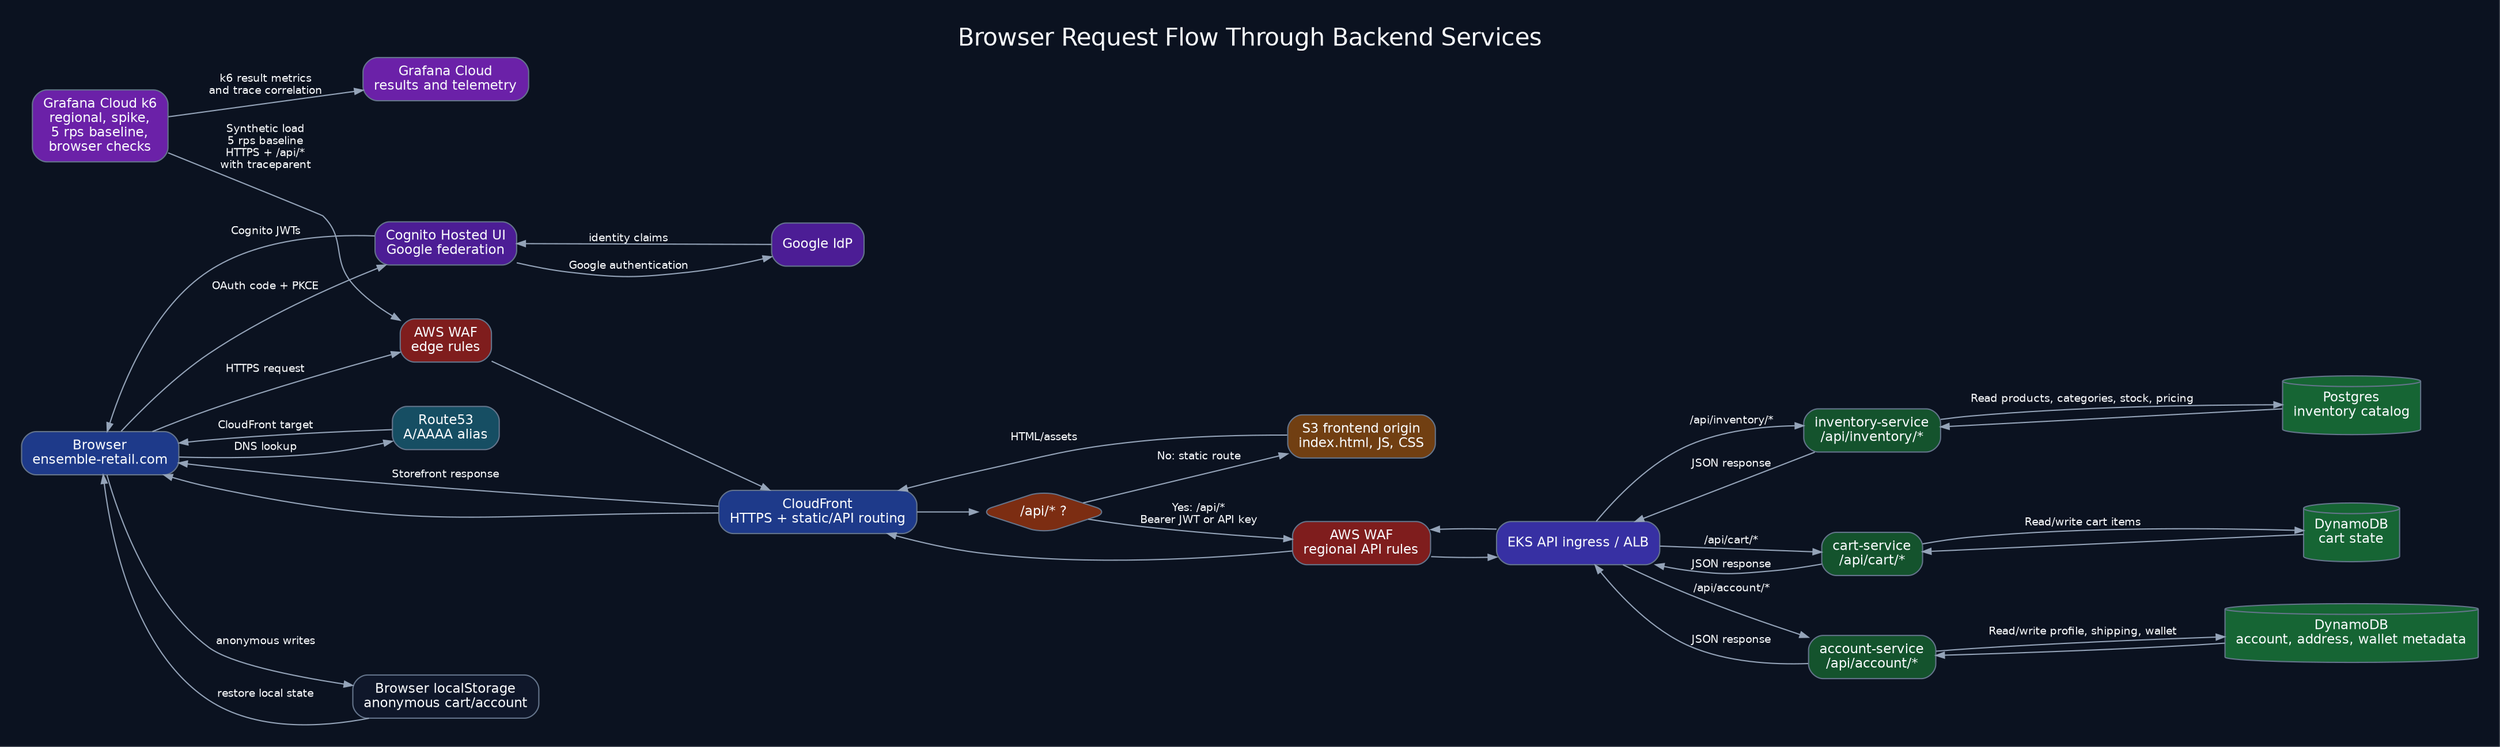
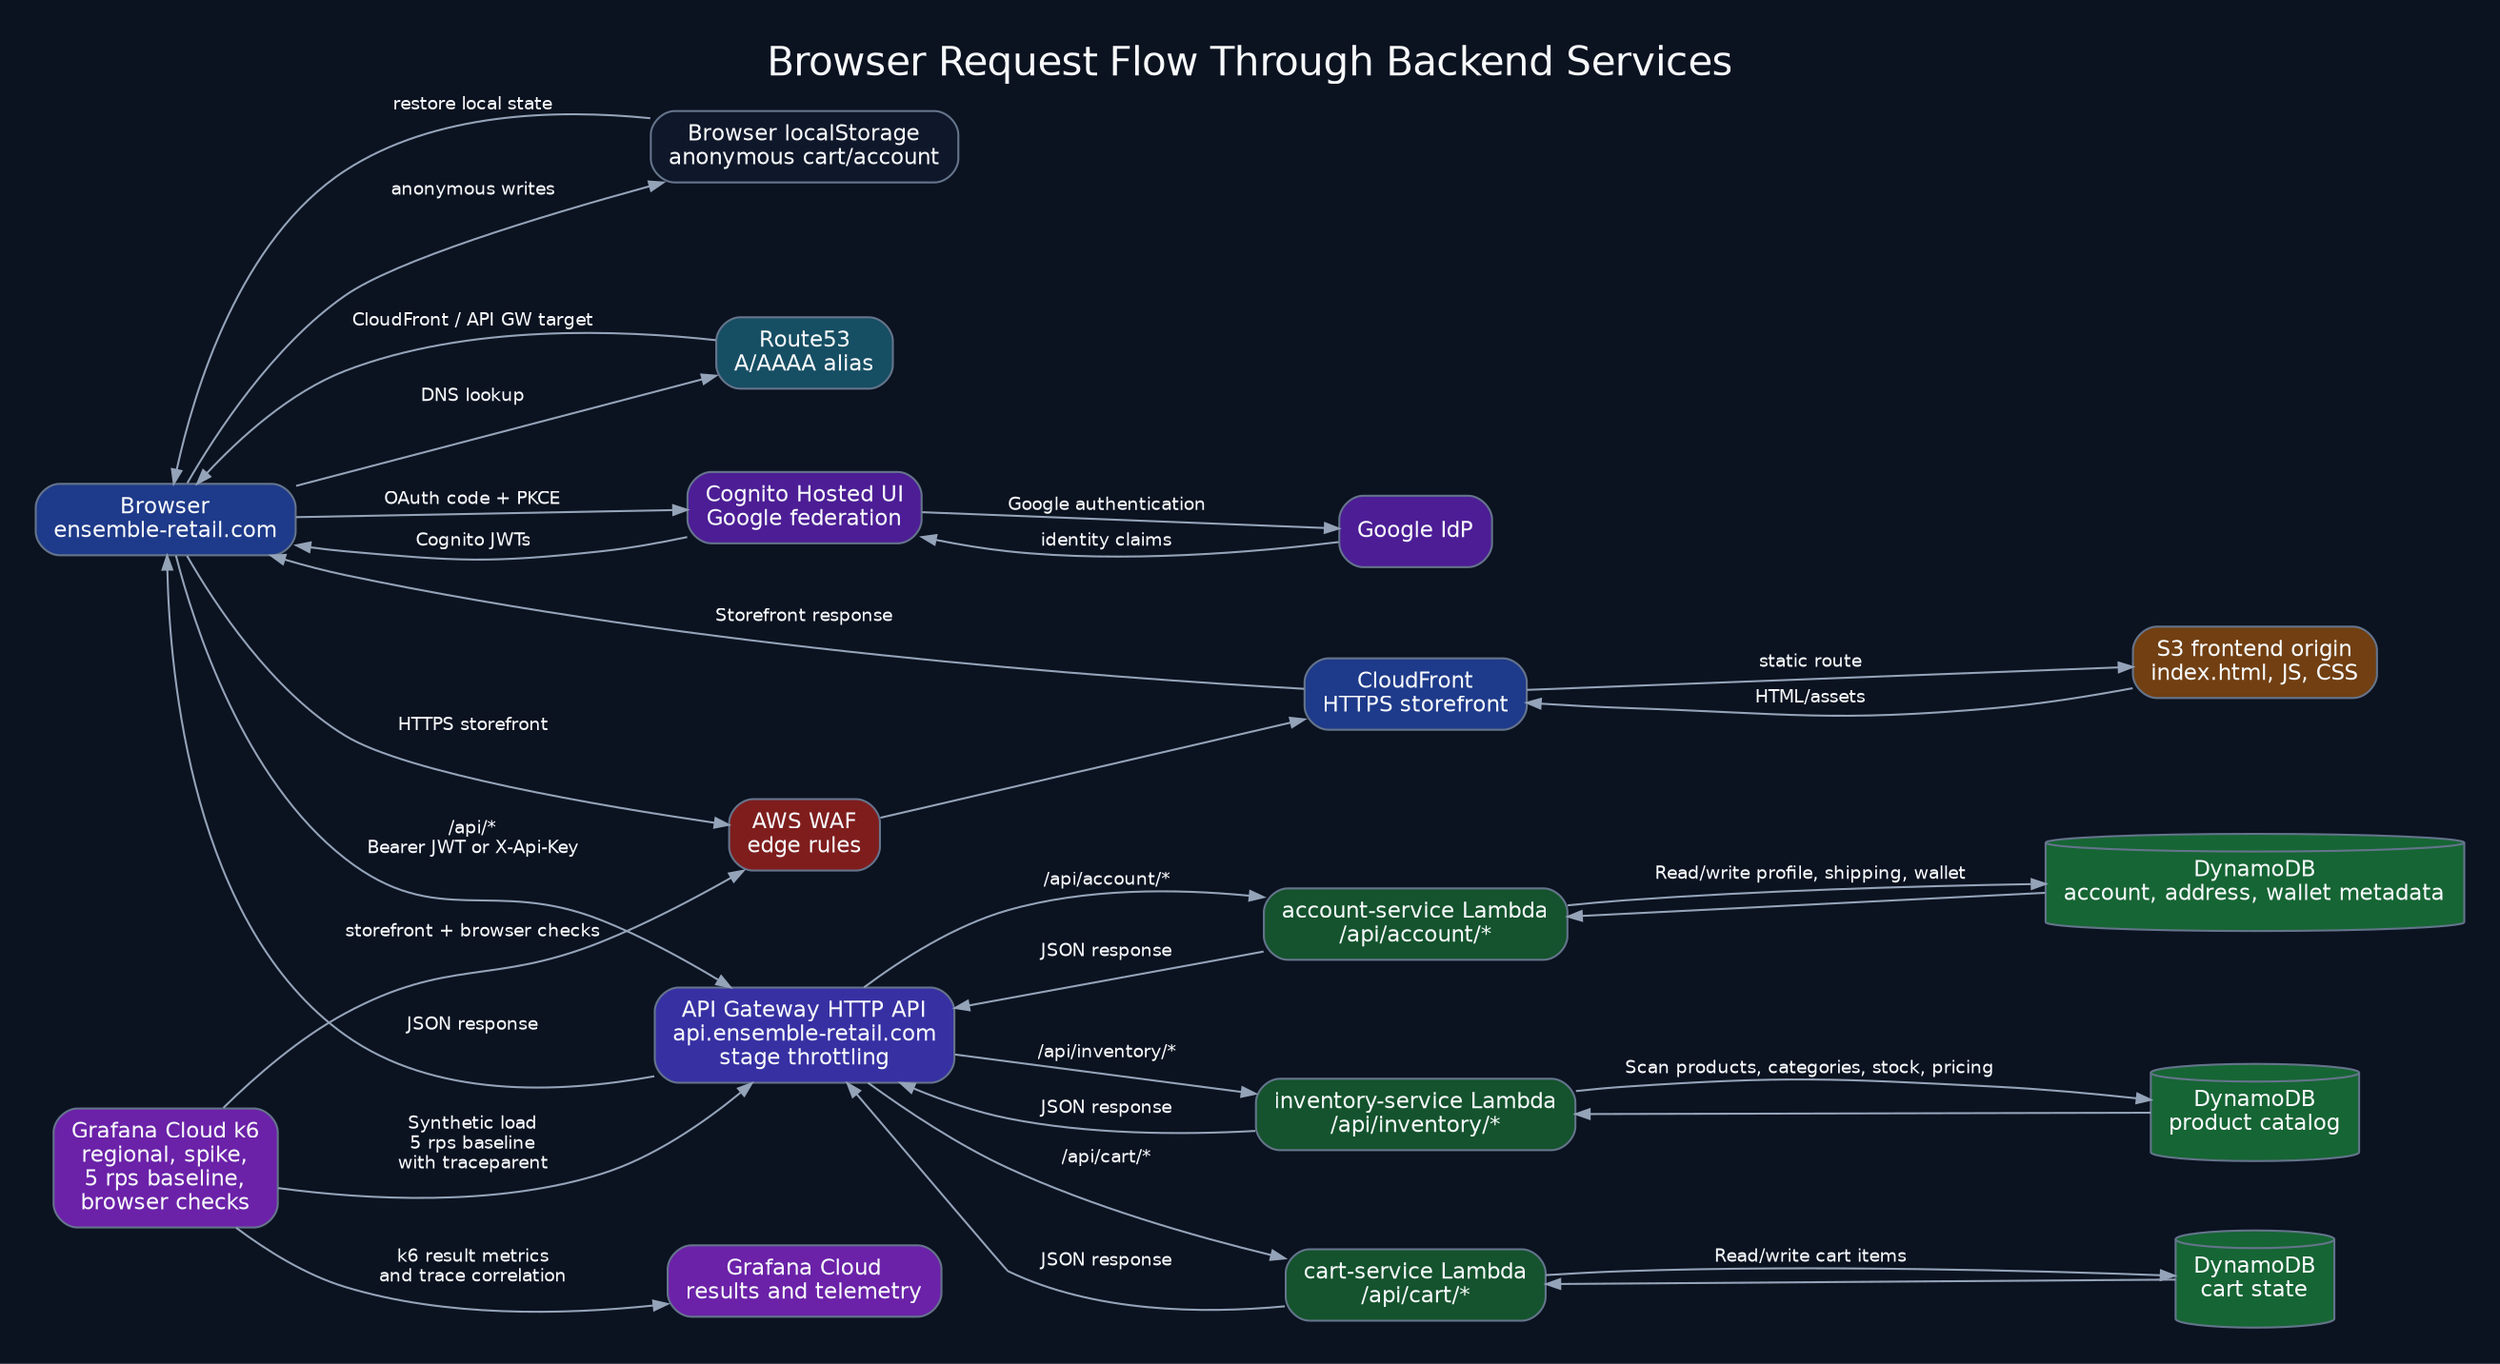
digraph request_flow_diagram {
  rankdir=LR;
  label="Browser Request Flow Through Backend Services";

  graph [
    fontname="Helvetica",
    fontsize=20,
    labelloc=t,
    bgcolor="#0b1220",
    fontcolor="#f8fafc",
    pad=0.25,
    nodesep=0.45,
    ranksep=0.7
  ];
  node [
    shape=box,
    style="rounded,filled",
    fontname="Helvetica",
    fontsize=11,
    color="#64748b",
    fillcolor="#111827",
    fontcolor="#f8fafc",
    margin="0.12,0.08"
  ];
  edge [
    fontname="Helvetica",
    fontsize=9,
    color="#94a3b8",
    fontcolor="#f8fafc",
    arrowsize=0.7
  ];


  browser [label="Browser\nensemble-retail.com", fillcolor="#1e3a8a"];
  dns [label="Route53\nA/AAAA alias", fillcolor="#164e63"];
  wafEdge [label="AWS WAF\nedge rules", fillcolor="#7f1d1d"];
-   cf [label="CloudFront\nHTTPS + static/API routing", fillcolor="#1e3a8a"];
-   apiPath [label="/api/* ?", shape=diamond, fillcolor="#7c2d12"];
+   cf [label="CloudFront\nHTTPS storefront", fillcolor="#1e3a8a"];
  s3 [label="S3 frontend origin\nindex.html, JS, CSS", fillcolor="#713f12"];
  cognito [label="Cognito Hosted UI\nGoogle federation", fillcolor="#4c1d95"];
  google [label="Google IdP", fillcolor="#4c1d95"];
  localState [label="Browser localStorage\nanonymous cart/account", fillcolor="#0f172a"];
-   apiWaf [label="AWS WAF\nregional API rules", fillcolor="#7f1d1d"];
-   ingress [label="EKS API ingress / ALB", fillcolor="#3730a3"];
+   apiGw [label="API Gateway HTTP API\napi.ensemble-retail.com\nstage throttling", fillcolor="#3730a3"];
  k6 [label="Grafana Cloud k6\nregional, spike,\n5 rps baseline,\nbrowser checks", fillcolor="#6b21a8"];
  grafana [label="Grafana Cloud\nresults and telemetry", fillcolor="#6b21a8"];

-   inventory [label="inventory-service\n/api/inventory/*", fillcolor="#14532d"];
-   cart [label="cart-service\n/api/cart/*", fillcolor="#14532d"];
-   account [label="account-service\n/api/account/*", fillcolor="#14532d"];
-   postgres [label="Postgres\ninventory catalog", shape=cylinder, fillcolor="#166534"];
+   inventory [label="inventory-service Lambda\n/api/inventory/*", fillcolor="#14532d"];
+   cart [label="cart-service Lambda\n/api/cart/*", fillcolor="#14532d"];
+   account [label="account-service Lambda\n/api/account/*", fillcolor="#14532d"];
+   dynamoProducts [label="DynamoDB\nproduct catalog", shape=cylinder, fillcolor="#166534"];
  dynamoCart [label="DynamoDB\ncart state", shape=cylinder, fillcolor="#166534"];
  dynamoAccount [label="DynamoDB\naccount, address, wallet metadata", shape=cylinder, fillcolor="#166534"];

  browser -> dns [label="DNS lookup"];
-   dns -> browser [label="CloudFront target"];
-   browser -> wafEdge [label="HTTPS request"];
+   dns -> browser [label="CloudFront / API GW target"];
+   browser -> wafEdge [label="HTTPS storefront"];
  browser -> cognito [label="OAuth code + PKCE"];
  cognito -> google [label="Google authentication"];
  google -> cognito [label="identity claims"];
  cognito -> browser [label="Cognito JWTs"];
  browser -> localState [label="anonymous writes"];
  localState -> browser [label="restore local state"];
-   k6 -> wafEdge [label="Synthetic load\n5 rps baseline\nHTTPS + /api/*\nwith traceparent"];
+ 
+   // Storefront path (CloudFront + S3)
  wafEdge -> cf;
-   cf -> apiPath;
-   apiPath -> s3 [label="No: static route"];
+   cf -> s3 [label="static route"];
  s3 -> cf [label="HTML/assets"];
  cf -> browser [label="Storefront response"];
+   k6 -> wafEdge [label="storefront + browser checks"];

-   apiPath -> apiWaf [label="Yes: /api/*\nBearer JWT or API key"];
-   apiWaf -> ingress;
-   ingress -> inventory [label="/api/inventory/*"];
-   ingress -> cart [label="/api/cart/*"];
-   ingress -> account [label="/api/account/*"];
-   inventory -> postgres [label="Read products, categories, stock, pricing"];
-   postgres -> inventory;
+   // API path (API Gateway + Lambda + DynamoDB), a separate api.* host
+   browser -> apiGw [label="/api/*\nBearer JWT or X-Api-Key"];
+   k6 -> apiGw [label="Synthetic load\n5 rps baseline\nwith traceparent"];
+   apiGw -> inventory [label="/api/inventory/*"];
+   apiGw -> cart [label="/api/cart/*"];
+   apiGw -> account [label="/api/account/*"];
+   inventory -> dynamoProducts [label="Scan products, categories, stock, pricing"];
+   dynamoProducts -> inventory;
  cart -> dynamoCart [label="Read/write cart items"];
  dynamoCart -> cart;
  account -> dynamoAccount [label="Read/write profile, shipping, wallet"];
  dynamoAccount -> account;
-   inventory -> ingress [label="JSON response"];
-   cart -> ingress [label="JSON response"];
-   account -> ingress [label="JSON response"];
-   ingress -> apiWaf -> cf -> browser;
+   inventory -> apiGw [label="JSON response"];
+   cart -> apiGw [label="JSON response"];
+   account -> apiGw [label="JSON response"];
+   apiGw -> browser [label="JSON response"];
  k6 -> grafana [label="k6 result metrics\nand trace correlation"];
}
